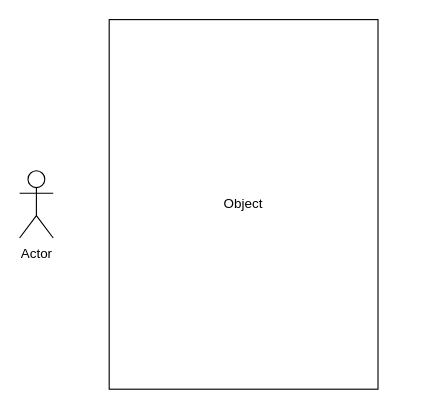
Before: DrawIO_file/毕业论文画图/系统需求示例图.drawio in DingDongZz/typera_PicGO, a draw.io diagram. Source tidied: cells renumbered, new cells numbered last; positions are measured from the earlier drawing's top-left corner, leaving out a move shared by most shapes. Both pictures are drawn from the tidied source at 112%, with x=0, y=0 at pixel (19, 19).
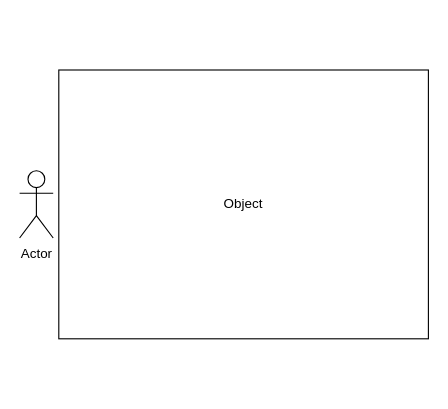
Above is the later version.

Commit message:
更新系统需求示例图.drawio

Change to the diagram source:
```diff
@@
 <mxGraphModel>
   <root>
     <mxCell id="0" />
     <mxCell id="1" parent="0" />
     <mxCell id="2" value="Actor" style="shape=umlActor;verticalLabelPosition=bottom;verticalAlign=top;html=1;" parent="1" vertex="1">
       <mxGeometry y="135" width="30" height="60" as="geometry" />
     </mxCell>
-    <mxCell id="3" value="Object" style="html=1;whiteSpace=wrap;" parent="1" vertex="1">
-      <mxGeometry x="80" width="240" height="330" as="geometry" />
+    <mxCell id="3" value="Object" style="html=1;whiteSpace=wrap;direction=south;" parent="1" vertex="1">
+      <mxGeometry x="35" y="45" width="330" height="240" as="geometry" />
     </mxCell>
   </root>
 </mxGraphModel>
```
